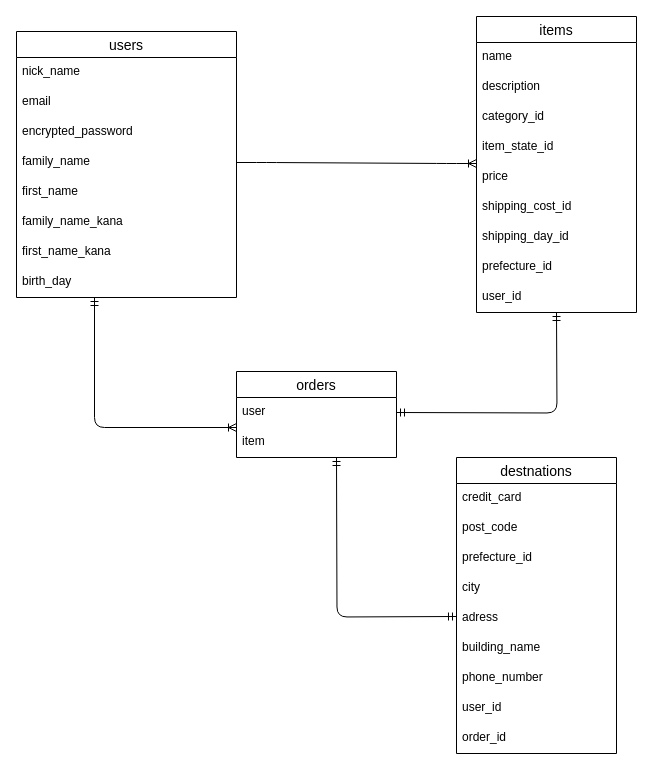
Before: ERD.dio in sochi0720/furima-33467, a draw.io diagram. Source tidied: cells renumbered, new cells numbered last; positions are measured from the earlier drawing's top-left corner, leaving out a move shared by most shapes. Both pictures are drawn from the tidied source at 100%, with x=0, y=0 at pixel (16, 16).
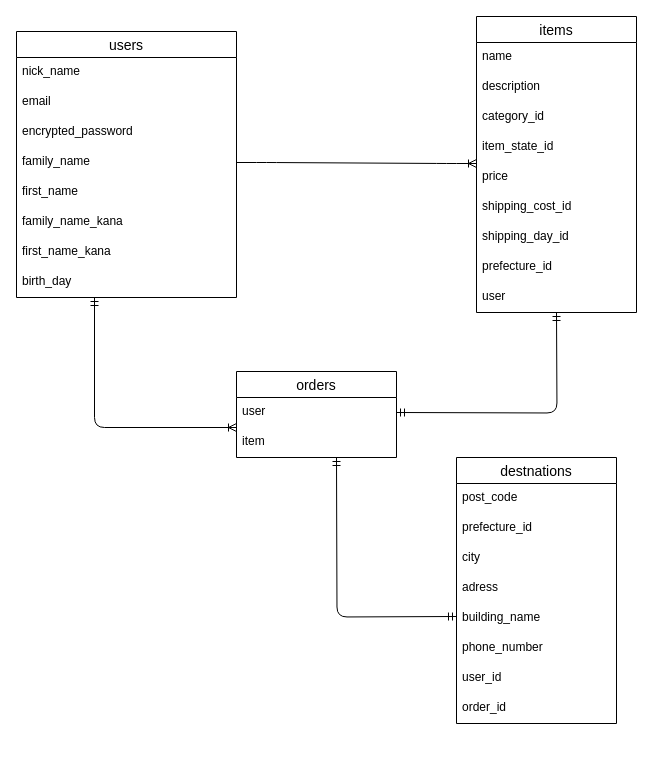
After the change.

Unchanged cells that the change refers to:
```xml
<mxCell id="2" value="items" style="swimlane;fontStyle=0;horizontal=1;startSize=26;align=center;fontSize=14;" parent="1" vertex="1">
  <mxGeometry x="460" width="160" height="296" as="geometry" />
</mxCell>
```

Change to the diagram source:
```diff
@@
-    <mxCell id="11" value="user_id" style="text;strokeColor=none;fillColor=none;spacingLeft=4;spacingRight=4;overflow=hidden;fontSize=12;" parent="2" vertex="1">
+    <mxCell id="11" value="user" style="text;strokeColor=none;fillColor=none;spacingLeft=4;spacingRight=4;overflow=hidden;fontSize=12;" parent="2" vertex="1">
       <mxGeometry y="266" width="160" height="30" as="geometry" />
     </mxCell>
     <mxCell id="12" value="destnations" style="swimlane;fontStyle=0;horizontal=1;startSize=26;align=center;fontSize=14;" parent="1" vertex="1">
-      <mxGeometry x="440" y="441" width="160" height="296" as="geometry" />
+      <mxGeometry x="440" y="441" width="160" height="266" as="geometry" />
     </mxCell>
-    <mxCell id="13" value="credit_card" style="text;strokeColor=none;fillColor=none;spacingLeft=4;spacingRight=4;overflow=hidden;fontSize=12;" parent="12" vertex="1">
-      <mxGeometry y="26" width="160" height="30" as="geometry" />
-    </mxCell>
     <mxCell id="14" value="post_code" style="text;strokeColor=none;fillColor=none;spacingLeft=4;spacingRight=4;overflow=hidden;fontSize=12;" parent="12" vertex="1">
-      <mxGeometry y="56" width="160" height="30" as="geometry" />
+      <mxGeometry y="26" width="160" height="30" as="geometry" />
     </mxCell>
     <mxCell id="15" value="prefecture_id" style="text;strokeColor=none;fillColor=none;spacingLeft=4;spacingRight=4;overflow=hidden;fontSize=12;" parent="12" vertex="1">
-      <mxGeometry y="86" width="160" height="30" as="geometry" />
+      <mxGeometry y="56" width="160" height="30" as="geometry" />
     </mxCell>
     <mxCell id="16" value="city" style="text;strokeColor=none;fillColor=none;spacingLeft=4;spacingRight=4;overflow=hidden;fontSize=12;" parent="12" vertex="1">
-      <mxGeometry y="116" width="160" height="30" as="geometry" />
+      <mxGeometry y="86" width="160" height="30" as="geometry" />
     </mxCell>
     <mxCell id="17" value="adress" style="text;strokeColor=none;fillColor=none;spacingLeft=4;spacingRight=4;overflow=hidden;fontSize=12;" parent="12" vertex="1">
-      <mxGeometry y="146" width="160" height="30" as="geometry" />
+      <mxGeometry y="116" width="160" height="30" as="geometry" />
     </mxCell>
     <mxCell id="18" value="building_name&#10;" style="text;strokeColor=none;fillColor=none;spacingLeft=4;spacingRight=4;overflow=hidden;fontSize=12;" parent="12" vertex="1">
-      <mxGeometry y="176" width="160" height="30" as="geometry" />
+      <mxGeometry y="146" width="160" height="30" as="geometry" />
     </mxCell>
     <mxCell id="19" value="phone_number" style="text;strokeColor=none;fillColor=none;spacingLeft=4;spacingRight=4;overflow=hidden;fontSize=12;" parent="12" vertex="1">
-      <mxGeometry y="206" width="160" height="30" as="geometry" />
+      <mxGeometry y="176" width="160" height="30" as="geometry" />
     </mxCell>
     <mxCell id="20" value="user_id" style="text;strokeColor=none;fillColor=none;spacingLeft=4;spacingRight=4;overflow=hidden;fontSize=12;" parent="12" vertex="1">
-      <mxGeometry y="236" width="160" height="30" as="geometry" />
+      <mxGeometry y="206" width="160" height="30" as="geometry" />
     </mxCell>
     <mxCell id="21" value="order_id" style="text;strokeColor=none;fillColor=none;spacingLeft=4;spacingRight=4;overflow=hidden;fontSize=12;rounded=0;sketch=0;" parent="12" vertex="1">
-      <mxGeometry y="266" width="160" height="30" as="geometry" />
+      <mxGeometry y="236" width="160" height="30" as="geometry" />
     </mxCell>
```
